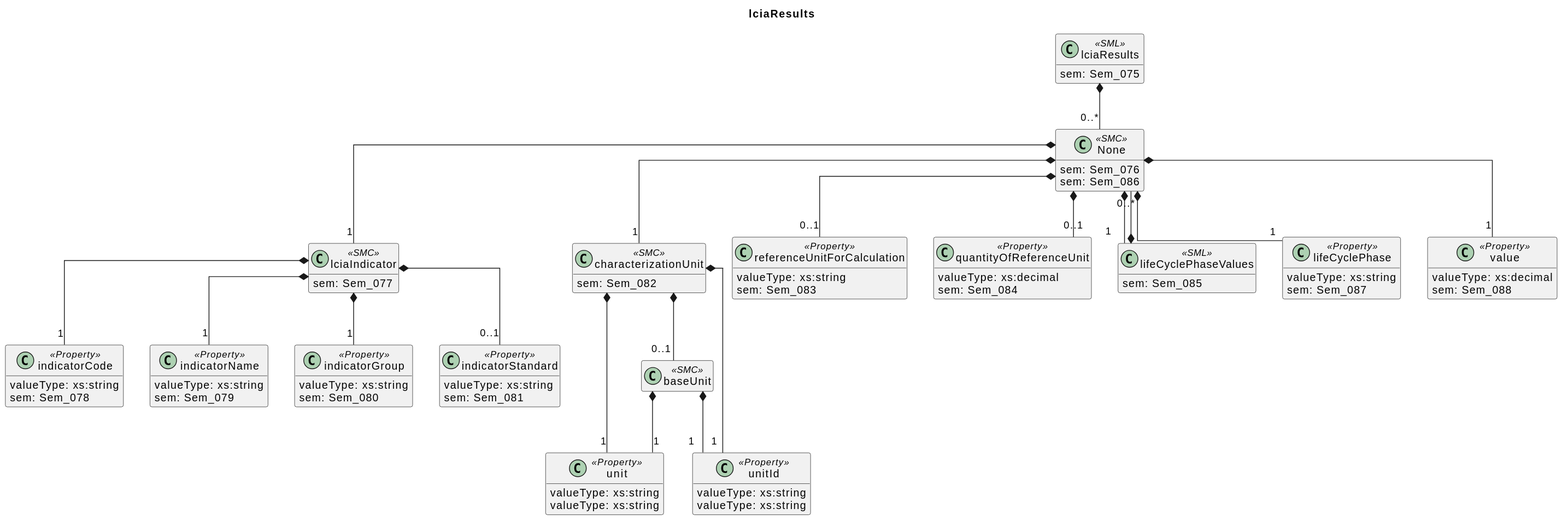
Before: docs/model/sections/lciaResults.svg, a diagram exported from PlantUML (Leeeks/aas-epd-type-iii-submodel). Source of this version:
```plantuml
@startuml
title lciaResults
skinparam classAttributeIconSize 0
skinparam linetype ortho
hide empty members

class lciaResults <<SML>> {
  sem: Sem_075
}
class None <<SMC>> {
  sem: Sem_076
}
class lciaIndicator <<SMC>> {
  sem: Sem_077
}
class indicatorCode <<Property>> {
  valueType: xs:string
  sem: Sem_078
}
class indicatorName <<Property>> {
  valueType: xs:string
  sem: Sem_079
}
class indicatorGroup <<Property>> {
  valueType: xs:string
  sem: Sem_080
}
class indicatorStandard <<Property>> {
  valueType: xs:string
  sem: Sem_081
}
class characterizationUnit <<SMC>> {
  sem: Sem_082
}
class unit <<Property>> {
  valueType: xs:string
}
class unitId <<Property>> {
  valueType: xs:string
}
class baseUnit <<SMC>> {
}
class unit <<Property>> {
  valueType: xs:string
}
class unitId <<Property>> {
  valueType: xs:string
}
class referenceUnitForCalculation <<Property>> {
  valueType: xs:string
  sem: Sem_083
}
class quantityOfReferenceUnit <<Property>> {
  valueType: xs:decimal
  sem: Sem_084
}
class lifeCyclePhaseValues <<SML>> {
  sem: Sem_085
}
class None <<SMC>> {
  sem: Sem_086
}
class lifeCyclePhase <<Property>> {
  valueType: xs:string
  sem: Sem_087
}
class value <<Property>> {
  valueType: xs:decimal
  sem: Sem_088
}

lciaResults *-- "0..*" None
None *-- "1" lciaIndicator
lciaIndicator *-- "1" indicatorCode
lciaIndicator *-- "1" indicatorName
lciaIndicator *-- "1" indicatorGroup
lciaIndicator *-- "0..1" indicatorStandard
None *-- "1" characterizationUnit
characterizationUnit *-- "1" unit
characterizationUnit *-- "1" unitId
characterizationUnit *-- "0..1" baseUnit
baseUnit *-- "1" unit
baseUnit *-- "1" unitId
None *-- "0..1" referenceUnitForCalculation
None *-- "0..1" quantityOfReferenceUnit
None *-- "1" lifeCyclePhaseValues
lifeCyclePhaseValues *-- "0..*" None
None *-- "1" lifeCyclePhase
None *-- "1" value
@enduml
```
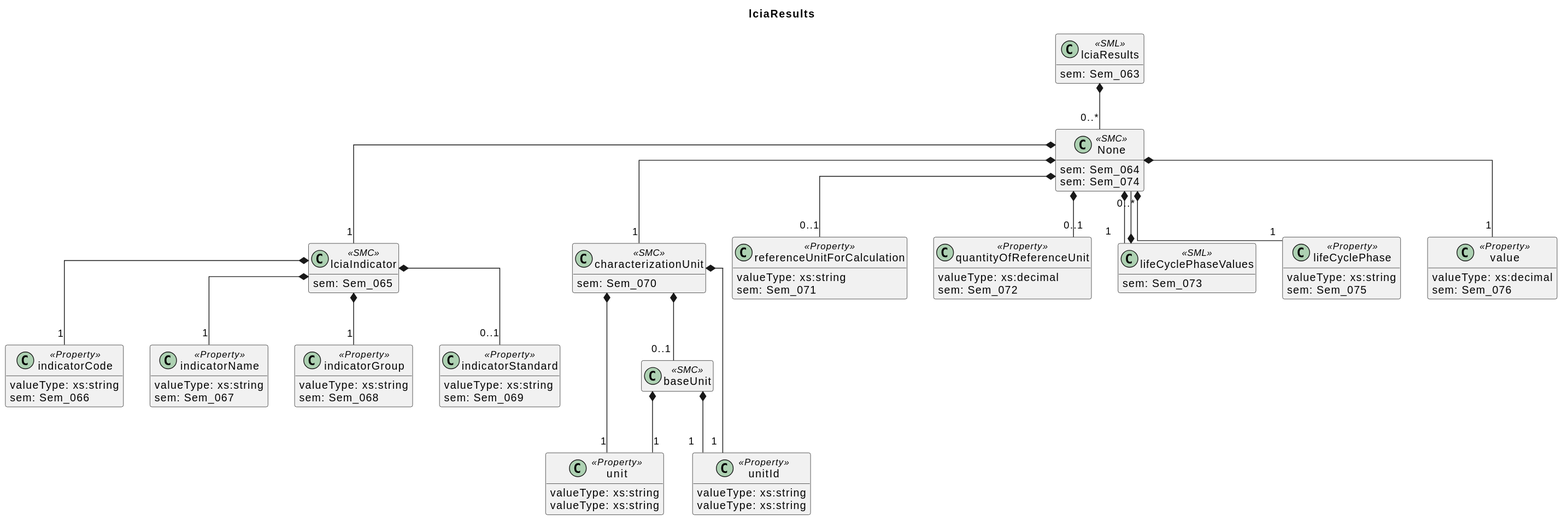
Above is the later version.

What changed in the source:
```diff
@@ -5,32 +5,32 @@
 hide empty members
 
 class lciaResults <<SML>> {
-  sem: Sem_075
+  sem: Sem_063
 }
 class None <<SMC>> {
-  sem: Sem_076
+  sem: Sem_064
 }
 class lciaIndicator <<SMC>> {
-  sem: Sem_077
+  sem: Sem_065
 }
 class indicatorCode <<Property>> {
   valueType: xs:string
-  sem: Sem_078
+  sem: Sem_066
 }
 class indicatorName <<Property>> {
   valueType: xs:string
-  sem: Sem_079
+  sem: Sem_067
 }
 class indicatorGroup <<Property>> {
   valueType: xs:string
-  sem: Sem_080
+  sem: Sem_068
 }
 class indicatorStandard <<Property>> {
   valueType: xs:string
-  sem: Sem_081
+  sem: Sem_069
 }
 class characterizationUnit <<SMC>> {
-  sem: Sem_082
+  sem: Sem_070
 }
 class unit <<Property>> {
   valueType: xs:string
@@ -48,25 +48,25 @@
 }
 class referenceUnitForCalculation <<Property>> {
   valueType: xs:string
-  sem: Sem_083
+  sem: Sem_071
 }
 class quantityOfReferenceUnit <<Property>> {
   valueType: xs:decimal
-  sem: Sem_084
+  sem: Sem_072
 }
 class lifeCyclePhaseValues <<SML>> {
-  sem: Sem_085
+  sem: Sem_073
 }
 class None <<SMC>> {
-  sem: Sem_086
+  sem: Sem_074
 }
 class lifeCyclePhase <<Property>> {
   valueType: xs:string
-  sem: Sem_087
+  sem: Sem_075
 }
 class value <<Property>> {
   valueType: xs:decimal
-  sem: Sem_088
+  sem: Sem_076
 }
 
 lciaResults *-- "0..*" None
```
